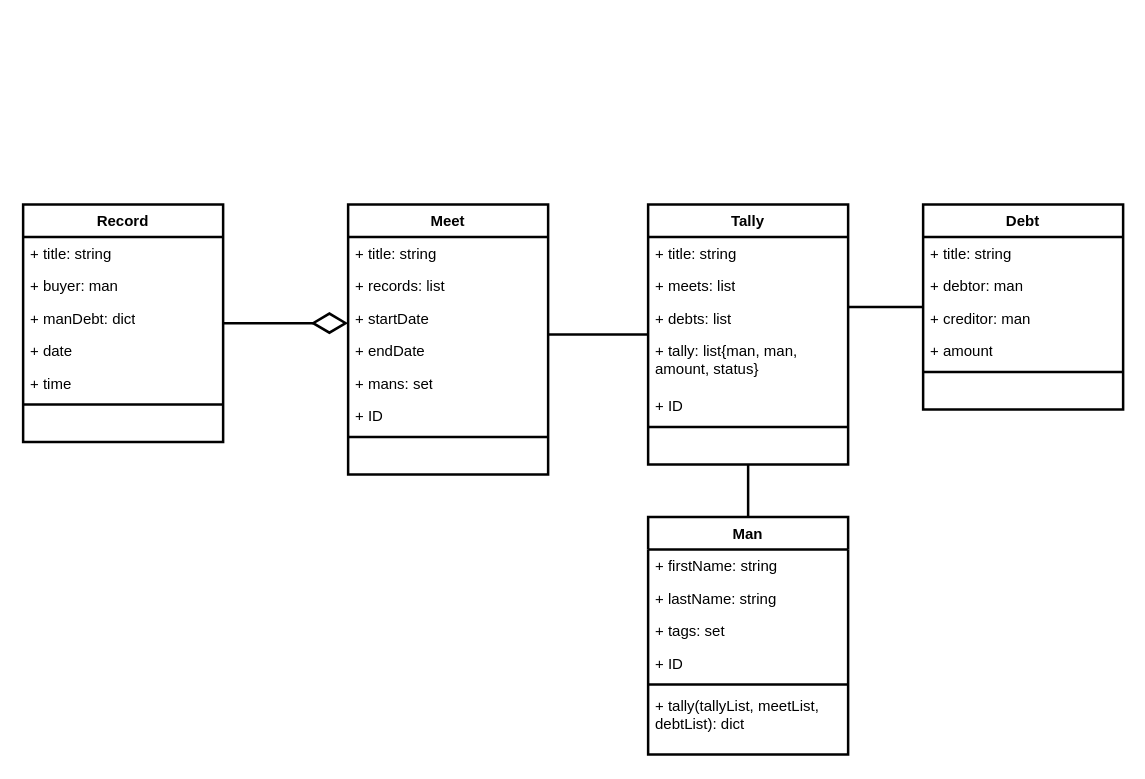
This is page "Class" (1 of 14) of UML.drawio from moharamzadeh/lets-go-dutch, a draw.io file, before an edit. Source tidied: cells renumbered, new cells numbered last; positions are measured from the earlier drawing's top-left corner, leaving out a move shared by most shapes. Both pictures are drawn from the tidied source at 125%, with x=0, y=0 at pixel (22, 204).
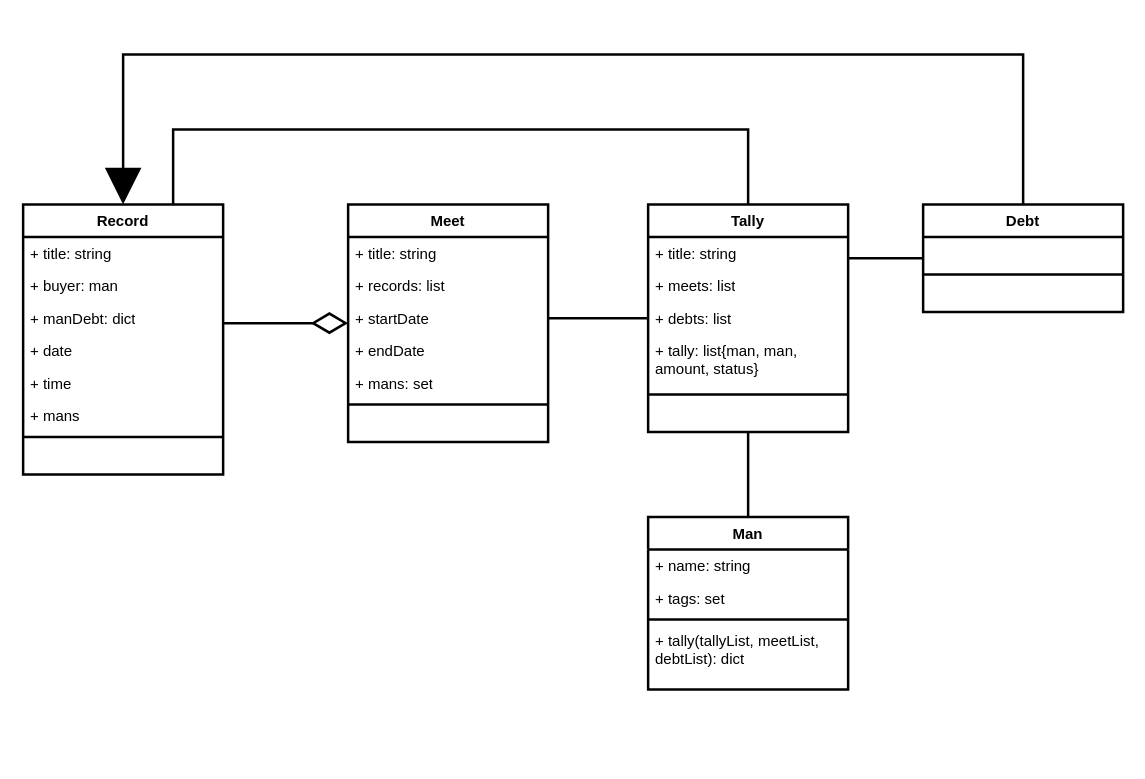
The same diagram, later.

Change to the diagram source:
```diff
@@
     <mxCell id="2" value="Meet" style="swimlane;fontStyle=1;align=center;verticalAlign=top;horizontal=1;startSize=26;fontFamily=Helvetica;whiteSpace=wrap;html=1;textDirection=ltr;strokeWidth=2;" parent="1" vertex="1">
-      <mxGeometry x="260" width="160" height="216" as="geometry" />
+      <mxGeometry x="260" width="160" height="190" as="geometry" />
     </mxCell>
@@
-    <mxCell id="8" value="+ ID" style="text;strokeColor=none;fillColor=none;align=left;verticalAlign=top;spacingLeft=4;spacingRight=4;overflow=hidden;fontFamily=Helvetica;whiteSpace=wrap;html=1;textDirection=ltr;strokeWidth=2;" parent="2" vertex="1">
-      <mxGeometry y="156" width="160" height="26" as="geometry" />
-    </mxCell>
     <mxCell id="9" style="line;strokeWidth=2;fillColor=none;align=left;verticalAlign=middle;spacingTop=-1;spacingLeft=3;spacingRight=3;labelPosition=right;fontFamily=Helvetica;whiteSpace=wrap;html=1;textDirection=ltr;" parent="2" vertex="1">
-      <mxGeometry y="182" width="160" height="8" as="geometry" />
+      <mxGeometry y="156" width="160" height="8" as="geometry" />
     </mxCell>
     <mxCell id="10" value="&amp;nbsp;" style="text;strokeColor=none;fillColor=none;align=left;verticalAlign=top;spacingLeft=4;spacingRight=4;overflow=hidden;fontFamily=Helvetica;whiteSpace=wrap;html=1;textDirection=ltr;strokeWidth=2;" parent="2" vertex="1">
-      <mxGeometry y="190" width="160" height="26" as="geometry" />
+      <mxGeometry y="164" width="160" height="26" as="geometry" />
     </mxCell>
     <mxCell id="11" value="Record" style="swimlane;fontStyle=1;align=center;verticalAlign=top;horizontal=1;startSize=26;fontFamily=Helvetica;html=1;textDirection=ltr;whiteSpace=wrap;strokeWidth=2;" parent="1" vertex="1">
-      <mxGeometry width="160" height="190" as="geometry" />
+      <mxGeometry width="160" height="216" as="geometry" />
     </mxCell>
@@
+    <mxCell id="45" value="+ mans" style="text;strokeColor=none;fillColor=none;align=left;verticalAlign=top;spacingLeft=4;spacingRight=4;overflow=hidden;" parent="11" vertex="1">
+      <mxGeometry y="156" width="160" height="26" as="geometry" />
+    </mxCell>
     <mxCell id="17" style="line;strokeWidth=2;fillColor=none;align=left;verticalAlign=middle;spacingTop=-1;spacingLeft=3;spacingRight=3;labelPosition=right;fontFamily=Helvetica;html=1;textDirection=ltr;whiteSpace=wrap;" parent="11" vertex="1">
-      <mxGeometry y="156" width="160" height="8" as="geometry" />
+      <mxGeometry y="182" width="160" height="8" as="geometry" />
     </mxCell>
     <mxCell id="18" value="&amp;nbsp;" style="text;strokeColor=none;fillColor=none;align=left;verticalAlign=top;spacingLeft=4;spacingRight=4;overflow=hidden;fontFamily=Helvetica;html=1;textDirection=ltr;whiteSpace=wrap;strokeWidth=2;" parent="11" vertex="1">
-      <mxGeometry y="164" width="160" height="26" as="geometry" />
+      <mxGeometry y="190" width="160" height="26" as="geometry" />
     </mxCell>
@@
     <mxCell id="20" value="Man" style="swimlane;fontStyle=1;align=center;verticalAlign=top;horizontal=1;startSize=26;fontFamily=Helvetica;whiteSpace=wrap;html=1;textDirection=ltr;strokeWidth=2;" parent="1" vertex="1">
-      <mxGeometry x="500" y="250" width="160" height="190" as="geometry" />
+      <mxGeometry x="500" y="250" width="160" height="138" as="geometry" />
     </mxCell>
-    <mxCell id="21" value="+ firstName: string" style="text;strokeColor=none;fillColor=none;align=left;verticalAlign=top;spacingLeft=4;spacingRight=4;overflow=hidden;fontFamily=Helvetica;whiteSpace=wrap;html=1;textDirection=ltr;strokeWidth=2;" parent="20" vertex="1">
+    <mxCell id="21" value="+ name: string" style="text;strokeColor=none;fillColor=none;align=left;verticalAlign=top;spacingLeft=4;spacingRight=4;overflow=hidden;fontFamily=Helvetica;whiteSpace=wrap;html=1;textDirection=ltr;strokeWidth=2;" parent="20" vertex="1">
       <mxGeometry y="26" width="160" height="26" as="geometry" />
     </mxCell>
-    <mxCell id="22" value="+ lastName: string" style="text;strokeColor=none;fillColor=none;align=left;verticalAlign=top;spacingLeft=4;spacingRight=4;overflow=hidden;fontFamily=Helvetica;whiteSpace=wrap;html=1;textDirection=ltr;strokeWidth=2;" parent="20" vertex="1">
-      <mxGeometry y="52" width="160" height="26" as="geometry" />
-    </mxCell>
     <mxCell id="23" value="+ tags: set" style="text;strokeColor=none;fillColor=none;align=left;verticalAlign=top;spacingLeft=4;spacingRight=4;overflow=hidden;fontFamily=Helvetica;whiteSpace=wrap;html=1;textDirection=ltr;strokeWidth=2;" parent="20" vertex="1">
-      <mxGeometry y="78" width="160" height="26" as="geometry" />
+      <mxGeometry y="52" width="160" height="26" as="geometry" />
     </mxCell>
-    <mxCell id="24" value="+ ID" style="text;strokeColor=none;fillColor=none;align=left;verticalAlign=top;spacingLeft=4;spacingRight=4;overflow=hidden;fontFamily=Helvetica;whiteSpace=wrap;html=1;textDirection=ltr;strokeWidth=2;" parent="20" vertex="1">
-      <mxGeometry y="104" width="160" height="26" as="geometry" />
-    </mxCell>
     <mxCell id="25" style="line;strokeWidth=2;fillColor=none;align=left;verticalAlign=middle;spacingTop=-1;spacingLeft=3;spacingRight=3;labelPosition=right;fontFamily=Helvetica;whiteSpace=wrap;html=1;textDirection=ltr;" parent="20" vertex="1">
-      <mxGeometry y="130" width="160" height="8" as="geometry" />
+      <mxGeometry y="78" width="160" height="8" as="geometry" />
     </mxCell>
     <mxCell id="26" value="+ tally(tallyList, meetList, debtList): dict" style="text;strokeColor=none;fillColor=none;align=left;verticalAlign=top;spacingLeft=4;spacingRight=4;overflow=hidden;fontFamily=Helvetica;whiteSpace=wrap;html=1;textDirection=ltr;strokeWidth=2;" parent="20" vertex="1">
-      <mxGeometry y="138" width="160" height="52" as="geometry" />
+      <mxGeometry y="86" width="160" height="52" as="geometry" />
     </mxCell>
     <mxCell id="27" value="Tally" style="swimlane;fontStyle=1;align=center;verticalAlign=top;horizontal=1;startSize=26;fontFamily=Helvetica;whiteSpace=wrap;html=1;textDirection=ltr;strokeWidth=2;" parent="1" vertex="1">
-      <mxGeometry x="500" width="160" height="208" as="geometry" />
+      <mxGeometry x="500" width="160" height="182" as="geometry" />
     </mxCell>
@@
-    <mxCell id="32" value="+ ID" style="text;strokeColor=none;fillColor=none;align=left;verticalAlign=top;spacingLeft=4;spacingRight=4;overflow=hidden;fontFamily=Helvetica;whiteSpace=wrap;html=1;textDirection=ltr;strokeWidth=2;" parent="27" vertex="1">
-      <mxGeometry y="148" width="160" height="26" as="geometry" />
-    </mxCell>
     <mxCell id="33" style="line;strokeWidth=2;fillColor=none;align=left;verticalAlign=middle;spacingTop=-1;spacingLeft=3;spacingRight=3;labelPosition=right;fontFamily=Helvetica;whiteSpace=wrap;html=1;textDirection=ltr;" parent="27" vertex="1">
-      <mxGeometry y="174" width="160" height="8" as="geometry" />
+      <mxGeometry y="148" width="160" height="8" as="geometry" />
     </mxCell>
     <mxCell id="34" value="&amp;nbsp;" style="text;strokeColor=none;fillColor=none;align=left;verticalAlign=top;spacingLeft=4;spacingRight=4;overflow=hidden;fontFamily=Helvetica;whiteSpace=wrap;html=1;textDirection=ltr;strokeWidth=2;" parent="27" vertex="1">
-      <mxGeometry y="182" width="160" height="26" as="geometry" />
+      <mxGeometry y="156" width="160" height="26" as="geometry" />
     </mxCell>
@@
     <mxCell id="37" value="Debt" style="swimlane;fontStyle=1;align=center;verticalAlign=top;horizontal=1;startSize=26;fontFamily=Helvetica;whiteSpace=wrap;html=1;textDirection=ltr;strokeWidth=2;" parent="1" vertex="1">
-      <mxGeometry x="720" width="160" height="164" as="geometry" />
+      <mxGeometry x="720" width="160" height="86" as="geometry" />
     </mxCell>
-    <mxCell id="38" value="+ title: string" style="text;strokeColor=none;fillColor=none;align=left;verticalAlign=top;spacingLeft=4;spacingRight=4;overflow=hidden;fontFamily=Helvetica;whiteSpace=wrap;html=1;textDirection=ltr;strokeWidth=2;" parent="37" vertex="1">
+    <mxCell id="38" value="&amp;nbsp;" style="text;strokeColor=none;fillColor=none;align=left;verticalAlign=top;spacingLeft=4;spacingRight=4;overflow=hidden;fontFamily=Helvetica;whiteSpace=wrap;html=1;textDirection=ltr;strokeWidth=2;" parent="37" vertex="1">
       <mxGeometry y="26" width="160" height="26" as="geometry" />
     </mxCell>
-    <mxCell id="39" value="+ debtor: man" style="text;strokeColor=none;fillColor=none;align=left;verticalAlign=top;spacingLeft=4;spacingRight=4;overflow=hidden;fontFamily=Helvetica;whiteSpace=wrap;html=1;textDirection=ltr;strokeWidth=2;" parent="37" vertex="1">
-      <mxGeometry y="52" width="160" height="26" as="geometry" />
-    </mxCell>
-    <mxCell id="40" value="+ creditor: man" style="text;strokeColor=none;fillColor=none;align=left;verticalAlign=top;spacingLeft=4;spacingRight=4;overflow=hidden;fontFamily=Helvetica;whiteSpace=wrap;html=1;textDirection=ltr;strokeWidth=2;" parent="37" vertex="1">
-      <mxGeometry y="78" width="160" height="26" as="geometry" />
-    </mxCell>
-    <mxCell id="41" value="+ amount" style="text;strokeColor=none;fillColor=none;align=left;verticalAlign=top;spacingLeft=4;spacingRight=4;overflow=hidden;fontFamily=Helvetica;whiteSpace=wrap;html=1;textDirection=ltr;strokeWidth=2;" parent="37" vertex="1">
-      <mxGeometry y="104" width="160" height="26" as="geometry" />
-    </mxCell>
     <mxCell id="42" style="line;strokeWidth=2;fillColor=none;align=left;verticalAlign=middle;spacingTop=-1;spacingLeft=3;spacingRight=3;labelPosition=right;fontFamily=Helvetica;whiteSpace=wrap;html=1;textDirection=ltr;" parent="37" vertex="1">
-      <mxGeometry y="130" width="160" height="8" as="geometry" />
+      <mxGeometry y="52" width="160" height="8" as="geometry" />
     </mxCell>
     <mxCell id="43" value="&amp;nbsp;" style="text;strokeColor=none;fillColor=none;align=left;verticalAlign=top;spacingLeft=4;spacingRight=4;overflow=hidden;fontFamily=Helvetica;whiteSpace=wrap;html=1;textDirection=ltr;strokeWidth=2;" parent="37" vertex="1">
-      <mxGeometry y="138" width="160" height="26" as="geometry" />
+      <mxGeometry y="60" width="160" height="26" as="geometry" />
     </mxCell>
@@
+    <mxCell id="46" style="endArrow=block;endFill=1;endSize=24;html=1;rounded=0;fontFamily=Helvetica;edgeStyle=elbowEdgeStyle;strokeWidth=2;textDirection=ltr;elbow=vertical;" parent="1" edge="1" source="37" target="11">
+      <mxGeometry relative="1" as="geometry">
+        <Array as="points">
+          <mxPoint x="430" y="-120" />
+        </Array>
+      </mxGeometry>
+    </mxCell>
+    <mxCell id="47" style="endArrow=none;endFill=0;endSize=24;html=1;rounded=0;fontFamily=Helvetica;strokeWidth=2;textDirection=ltr;edgeStyle=elbowEdgeStyle;elbow=vertical;exitX=0.75;exitY=0;exitDx=0;exitDy=0;" parent="1" edge="1" source="11" target="27">
+      <mxGeometry relative="1" as="geometry">
+        <Array as="points">
+          <mxPoint x="350" y="-60" />
+        </Array>
+      </mxGeometry>
+    </mxCell>
```
